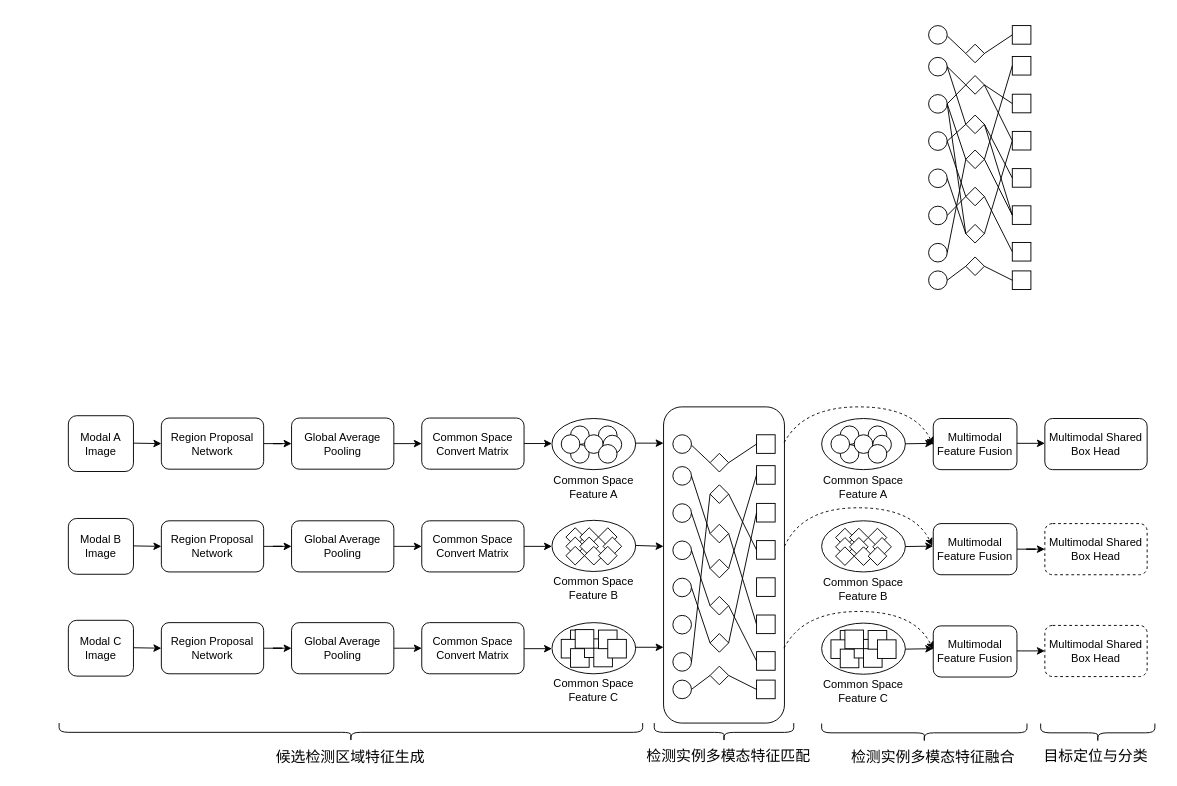
Earlier version of the draw.io diagram 多视角多模态目标检测3模态案例.drawio (thb1314/for_draw_io). Source tidied: cells renumbered, new cells numbered last; positions are measured from the earlier drawing's top-left corner, leaving out a move shared by most shapes. Both pictures are drawn from the tidied source at 93%, with x=0, y=0 at pixel (68, 25).
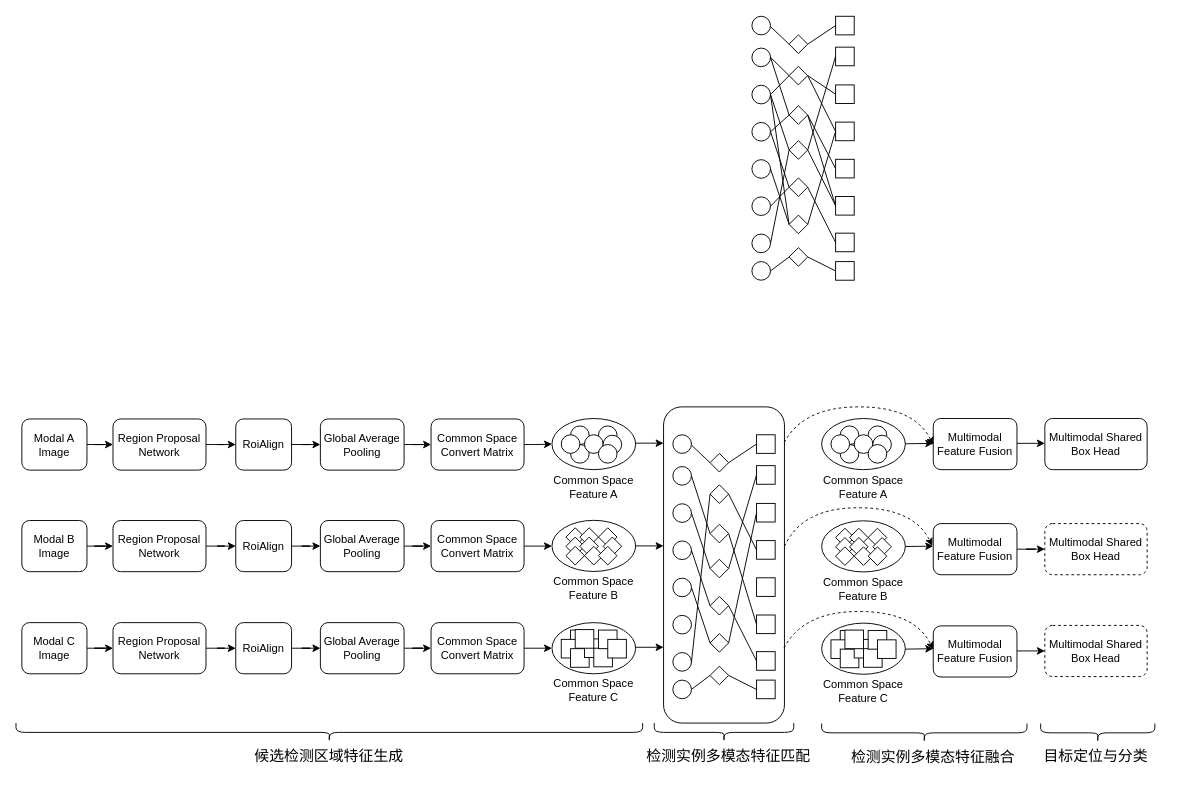
The same page after the edit.

Commit message:
更新多视角多模态目标检测3模态案例.drawio

Unchanged cells that the change refers to:
```xml
<mxCell id="2" style="rounded=1;whiteSpace=wrap;html=1;fillColor=none;" parent="1" vertex="1">
  <mxGeometry x="640" y="410" width="130" height="340" as="geometry" />
</mxCell>
<mxCell id="8" style="ellipse;whiteSpace=wrap;html=1;" parent="1" vertex="1">
  <mxGeometry x="520" y="422.5" width="90" height="55" as="geometry" />
</mxCell>
<mxCell id="25" style="ellipse;whiteSpace=wrap;html=1;" parent="1" vertex="1">
  <mxGeometry x="520" y="532" width="90" height="55" as="geometry" />
</mxCell>
<mxCell id="29" style="ellipse;whiteSpace=wrap;html=1;" parent="1" vertex="1">
  <mxGeometry x="520" y="642" width="90" height="55" as="geometry" />
</mxCell>
```

Diff of the diagram source:
```diff
@@
     <mxCell id="3" value="&lt;font style=&quot;font-size: 16px;&quot;&gt;候选检测区域特征生成&lt;/font&gt;" style="text;html=1;strokeColor=none;fillColor=none;align=center;verticalAlign=middle;whiteSpace=wrap;rounded=0;" parent="1" vertex="1">
-      <mxGeometry x="221.2" y="773" width="165" height="25" as="geometry" />
+      <mxGeometry x="198.1" y="772.5" width="165" height="25" as="geometry" />
     </mxCell>
@@
     <mxCell id="7" style="ellipse;whiteSpace=wrap;html=1;" parent="1" vertex="1">
-      <mxGeometry x="925" y="34.2" width="20" height="20" as="geometry" />
+      <mxGeometry x="735" y="24.2" width="20" height="20" as="geometry" />
     </mxCell>
@@
+    <mxCell id="195" style="edgeStyle=orthogonalEdgeStyle;rounded=0;jettySize=auto;html=1;" parent="1" edge="1" source="17" target="20">
+      <mxGeometry relative="1" as="geometry" />
+    </mxCell>
     <mxCell id="17" value="Modal B&lt;br&gt;Image" style="rounded=1;whiteSpace=wrap;html=1;" parent="1" vertex="1">
-      <mxGeometry y="530" width="70" height="60" as="geometry" />
+      <mxGeometry x="-50" y="532.2" width="70" height="55" as="geometry" />
     </mxCell>
-    <mxCell id="18" style="endArrow=classic;html=1;rounded=0;" parent="1" edge="1">
-      <mxGeometry relative="1" as="geometry">
-        <mxPoint x="70" y="559.5" as="sourcePoint" />
-        <mxPoint x="100" y="560" as="targetPoint" />
-      </mxGeometry>
-    </mxCell>
-    <mxCell id="19" style="edgeStyle=orthogonalEdgeStyle;rounded=0;jettySize=auto;html=1;" parent="1" edge="1" source="20" target="22">
-      <mxGeometry relative="1" as="geometry" />
-    </mxCell>
+    <mxCell id="196" style="edgeStyle=orthogonalEdgeStyle;rounded=0;jettySize=auto;html=1;" parent="1" edge="1" source="20" target="206">
+      <mxGeometry relative="1" as="geometry" />
+    </mxCell>
     <mxCell id="20" value="Region Proposal&lt;br&gt;Network" style="rounded=1;whiteSpace=wrap;html=1;" parent="1" vertex="1">
-      <mxGeometry x="100" y="532.5" width="110" height="55" as="geometry" />
+      <mxGeometry x="48" y="532.2" width="100" height="55" as="geometry" />
     </mxCell>
-    <mxCell id="21" style="edgeStyle=orthogonalEdgeStyle;rounded=0;jettySize=auto;html=1;exitX=1;exitY=0.5;exitDx=0;exitDy=0;entryX=0;entryY=0.5;entryDx=0;entryDy=0;" parent="1" edge="1" source="22" target="24">
+    <mxCell id="21" style="edgeStyle=orthogonalEdgeStyle;rounded=0;jettySize=auto;html=1;" parent="1" edge="1" source="22" target="24">
       <mxGeometry relative="1" as="geometry" />
     </mxCell>
     <mxCell id="22" value="Global Average&lt;br&gt;Pooling" style="rounded=1;whiteSpace=wrap;html=1;" parent="1" vertex="1">
-      <mxGeometry x="240" y="532.5" width="110" height="55" as="geometry" />
+      <mxGeometry x="271" y="532.2" width="90" height="55" as="geometry" />
     </mxCell>
@@
     <mxCell id="24" value="Common Space&lt;br&gt;Convert Matrix" style="rounded=1;whiteSpace=wrap;html=1;" parent="1" vertex="1">
-      <mxGeometry x="380" y="532.5" width="110" height="55" as="geometry" />
+      <mxGeometry x="390" y="532.2" width="100" height="55" as="geometry" />
     </mxCell>
@@
-    <mxCell id="27" style="edgeStyle=orthogonalEdgeStyle;rounded=0;jettySize=auto;html=1;exitX=1;exitY=0.5;exitDx=0;exitDy=0;entryX=0;entryY=0.5;entryDx=0;entryDy=0;" parent="1" edge="1" target="29">
-      <mxGeometry relative="1" as="geometry">
-        <mxPoint x="490" y="670" as="sourcePoint" />
-      </mxGeometry>
-    </mxCell>
@@
     <mxCell id="48" style="ellipse;whiteSpace=wrap;html=1;" parent="1" vertex="1">
-      <mxGeometry x="925" y="74.2" width="20" height="20" as="geometry" />
+      <mxGeometry x="735" y="64.2" width="20" height="20" as="geometry" />
     </mxCell>
     <mxCell id="49" style="ellipse;whiteSpace=wrap;html=1;" parent="1" vertex="1">
-      <mxGeometry x="925" y="114.2" width="20" height="20" as="geometry" />
+      <mxGeometry x="735" y="104.2" width="20" height="20" as="geometry" />
     </mxCell>
     <mxCell id="50" style="ellipse;whiteSpace=wrap;html=1;" parent="1" vertex="1">
-      <mxGeometry x="925" y="154.2" width="20" height="20" as="geometry" />
+      <mxGeometry x="735" y="144.2" width="20" height="20" as="geometry" />
     </mxCell>
     <mxCell id="51" style="ellipse;whiteSpace=wrap;html=1;" parent="1" vertex="1">
-      <mxGeometry x="925" y="194.2" width="20" height="20" as="geometry" />
+      <mxGeometry x="735" y="184.2" width="20" height="20" as="geometry" />
     </mxCell>
     <mxCell id="52" style="ellipse;whiteSpace=wrap;html=1;" parent="1" vertex="1">
-      <mxGeometry x="925" y="234.2" width="20" height="20" as="geometry" />
+      <mxGeometry x="735" y="224.2" width="20" height="20" as="geometry" />
     </mxCell>
     <mxCell id="53" style="rhombus;whiteSpace=wrap;html=1;" parent="1" vertex="1">
-      <mxGeometry x="965" y="53.8" width="20" height="20" as="geometry" />
+      <mxGeometry x="775" y="43.8" width="20" height="20" as="geometry" />
     </mxCell>
     <mxCell id="54" style="rhombus;whiteSpace=wrap;html=1;" parent="1" vertex="1">
-      <mxGeometry x="965" y="96.2" width="20" height="20" as="geometry" />
+      <mxGeometry x="775" y="86.2" width="20" height="20" as="geometry" />
     </mxCell>
     <mxCell id="55" style="rhombus;whiteSpace=wrap;html=1;" parent="1" vertex="1">
-      <mxGeometry x="965" y="133.8" width="20" height="20" as="geometry" />
+      <mxGeometry x="775" y="123.8" width="20" height="20" as="geometry" />
     </mxCell>
     <mxCell id="56" style="rhombus;whiteSpace=wrap;html=1;" parent="1" vertex="1">
-      <mxGeometry x="965" y="173.8" width="20" height="20" as="geometry" />
+      <mxGeometry x="775" y="163.8" width="20" height="20" as="geometry" />
     </mxCell>
     <mxCell id="57" style="rhombus;whiteSpace=wrap;html=1;" parent="1" vertex="1">
-      <mxGeometry x="965" y="213.8" width="20" height="20" as="geometry" />
+      <mxGeometry x="775" y="203.8" width="20" height="20" as="geometry" />
     </mxCell>
     <mxCell id="58" style="whiteSpace=wrap;html=1;" parent="1" vertex="1">
-      <mxGeometry x="1015" y="33.2" width="20" height="20" as="geometry" />
+      <mxGeometry x="825" y="23.2" width="20" height="20" as="geometry" />
     </mxCell>
     <mxCell id="59" style="whiteSpace=wrap;html=1;" parent="1" vertex="1">
-      <mxGeometry x="1015" y="73.8" width="20" height="20" as="geometry" />
+      <mxGeometry x="825" y="63.8" width="20" height="20" as="geometry" />
     </mxCell>
     <mxCell id="60" style="whiteSpace=wrap;html=1;" parent="1" vertex="1">
-      <mxGeometry x="1015" y="113.8" width="20" height="20" as="geometry" />
+      <mxGeometry x="825" y="103.8" width="20" height="20" as="geometry" />
     </mxCell>
     <mxCell id="61" style="whiteSpace=wrap;html=1;" parent="1" vertex="1">
-      <mxGeometry x="1015" y="153.8" width="20" height="20" as="geometry" />
+      <mxGeometry x="825" y="143.8" width="20" height="20" as="geometry" />
     </mxCell>
     <mxCell id="62" style="whiteSpace=wrap;html=1;" parent="1" vertex="1">
-      <mxGeometry x="1015" y="193.8" width="20" height="20" as="geometry" />
+      <mxGeometry x="825" y="183.8" width="20" height="20" as="geometry" />
     </mxCell>
     <mxCell id="63" style="whiteSpace=wrap;html=1;" parent="1" vertex="1">
-      <mxGeometry x="1015" y="233.2" width="20" height="20" as="geometry" />
+      <mxGeometry x="825" y="223.2" width="20" height="20" as="geometry" />
     </mxCell>
@@
     <mxCell id="69" style="endArrow=none;html=1;rounded=0;exitX=1;exitY=0.5;exitDx=0;exitDy=0;" parent="1" edge="1" source="51">
       <mxGeometry relative="1" as="geometry">
-        <mxPoint x="965" y="183.8" as="targetPoint" />
+        <mxPoint x="775" y="173.8" as="targetPoint" />
       </mxGeometry>
     </mxCell>
@@
     <mxCell id="73" style="endArrow=none;html=1;rounded=0;exitX=1;exitY=0.5;exitDx=0;exitDy=0;entryX=0;entryY=0.5;entryDx=0;entryDy=0;" parent="1" edge="1" target="59">
       <mxGeometry relative="1" as="geometry">
-        <mxPoint x="985" y="63.8" as="sourcePoint" />
+        <mxPoint x="795" y="53.8" as="sourcePoint" />
       </mxGeometry>
     </mxCell>
@@
     <mxCell id="78" style="endArrow=none;html=1;rounded=0;exitX=1;exitY=0.5;exitDx=0;exitDy=0;entryX=0;entryY=0.5;entryDx=0;entryDy=0;" parent="1" edge="1" target="62">
       <mxGeometry relative="1" as="geometry">
-        <mxPoint x="985" y="143.8" as="sourcePoint" />
+        <mxPoint x="795" y="133.8" as="sourcePoint" />
       </mxGeometry>
     </mxCell>
@@
     <mxCell id="80" style="endArrow=none;html=1;rounded=0;exitX=1;exitY=0.5;exitDx=0;exitDy=0;entryX=0;entryY=0.5;entryDx=0;entryDy=0;" parent="1" edge="1" target="62">
       <mxGeometry relative="1" as="geometry">
-        <mxPoint x="985" y="106.2" as="sourcePoint" />
+        <mxPoint x="795" y="96.2" as="sourcePoint" />
       </mxGeometry>
     </mxCell>
@@
     <mxCell id="121" style="shape=curlyBracket;whiteSpace=wrap;html=1;rounded=1;flipH=1;labelPosition=right;verticalLabelPosition=middle;align=left;verticalAlign=middle;rotation=90;" parent="1" vertex="1">
-      <mxGeometry x="293.8" y="446.2" width="20" height="627.5" as="geometry" />
+      <mxGeometry x="270.6" y="423.1" width="20" height="673.8" as="geometry" />
     </mxCell>
@@
+    <mxCell id="197" style="edgeStyle=orthogonalEdgeStyle;rounded=0;jettySize=auto;html=1;" parent="1" edge="1" source="126" target="129">
+      <mxGeometry relative="1" as="geometry" />
+    </mxCell>
     <mxCell id="126" value="Modal A&lt;br&gt;Image" style="rounded=1;whiteSpace=wrap;html=1;" parent="1" vertex="1">
-      <mxGeometry y="419.5" width="70" height="60" as="geometry" />
+      <mxGeometry x="-50" y="423" width="70" height="55" as="geometry" />
     </mxCell>
-    <mxCell id="127" style="endArrow=classic;html=1;rounded=0;" parent="1" edge="1">
-      <mxGeometry relative="1" as="geometry">
-        <mxPoint x="70" y="449" as="sourcePoint" />
-        <mxPoint x="100" y="449.5" as="targetPoint" />
-      </mxGeometry>
-    </mxCell>
-    <mxCell id="128" style="edgeStyle=orthogonalEdgeStyle;rounded=0;jettySize=auto;html=1;" parent="1" edge="1" source="129" target="131">
-      <mxGeometry relative="1" as="geometry" />
-    </mxCell>
+    <mxCell id="198" style="edgeStyle=orthogonalEdgeStyle;rounded=0;jettySize=auto;html=1;" parent="1" edge="1" source="129" target="204">
+      <mxGeometry relative="1" as="geometry" />
+    </mxCell>
     <mxCell id="129" value="Region Proposal&lt;br&gt;Network" style="rounded=1;whiteSpace=wrap;html=1;" parent="1" vertex="1">
-      <mxGeometry x="100" y="422" width="110" height="55" as="geometry" />
+      <mxGeometry x="48" y="423" width="100" height="55" as="geometry" />
     </mxCell>
-    <mxCell id="130" style="edgeStyle=orthogonalEdgeStyle;rounded=0;jettySize=auto;html=1;exitX=1;exitY=0.5;exitDx=0;exitDy=0;entryX=0;entryY=0.5;entryDx=0;entryDy=0;" parent="1" edge="1" source="131" target="132">
+    <mxCell id="130" style="edgeStyle=orthogonalEdgeStyle;rounded=0;jettySize=auto;html=1;" parent="1" edge="1" source="131" target="132">
       <mxGeometry relative="1" as="geometry" />
     </mxCell>
     <mxCell id="131" value="Global Average&lt;br&gt;Pooling" style="rounded=1;whiteSpace=wrap;html=1;" parent="1" vertex="1">
-      <mxGeometry x="240" y="422" width="110" height="55" as="geometry" />
+      <mxGeometry x="271" y="423" width="90" height="55" as="geometry" />
     </mxCell>
+    <mxCell id="199" style="edgeStyle=orthogonalEdgeStyle;rounded=0;jettySize=auto;html=1;exitX=1;exitY=0.5;exitDx=0;exitDy=0;entryX=0;entryY=0.5;entryDx=0;entryDy=0;" parent="1" edge="1" source="132" target="8">
+      <mxGeometry relative="1" as="geometry">
+        <Array as="points">
+          <mxPoint x="505" y="450" />
+        </Array>
+      </mxGeometry>
+    </mxCell>
     <mxCell id="132" value="Common Space&lt;br&gt;Convert Matrix" style="rounded=1;whiteSpace=wrap;html=1;" parent="1" vertex="1">
-      <mxGeometry x="380" y="422" width="110" height="55" as="geometry" />
+      <mxGeometry x="390" y="423" width="100" height="55" as="geometry" />
     </mxCell>
-    <mxCell id="133" style="edgeStyle=orthogonalEdgeStyle;rounded=0;orthogonalLoop=1;jettySize=auto;html=1;exitX=1;exitY=0.5;exitDx=0;exitDy=0;entryX=0;entryY=0.5;entryDx=0;entryDy=0;" parent="1" edge="1">
-      <mxGeometry relative="1" as="geometry">
-        <mxPoint x="490" y="449.4" as="sourcePoint" />
-        <mxPoint x="520" y="449.4" as="targetPoint" />
-      </mxGeometry>
-    </mxCell>
+    <mxCell id="200" style="edgeStyle=orthogonalEdgeStyle;rounded=0;jettySize=auto;html=1;" parent="1" edge="1" source="134" target="137">
+      <mxGeometry relative="1" as="geometry" />
+    </mxCell>
     <mxCell id="134" value="Modal C&lt;br&gt;Image" style="rounded=1;whiteSpace=wrap;html=1;" parent="1" vertex="1">
-      <mxGeometry y="639.5" width="70" height="60" as="geometry" />
+      <mxGeometry x="-50" y="642" width="70" height="55" as="geometry" />
     </mxCell>
-    <mxCell id="135" style="endArrow=classic;html=1;rounded=0;" parent="1" edge="1">
-      <mxGeometry relative="1" as="geometry">
-        <mxPoint x="70" y="669" as="sourcePoint" />
-        <mxPoint x="100" y="669.5" as="targetPoint" />
-      </mxGeometry>
-    </mxCell>
-    <mxCell id="136" style="edgeStyle=orthogonalEdgeStyle;rounded=0;jettySize=auto;html=1;" parent="1" edge="1" source="137" target="139">
-      <mxGeometry relative="1" as="geometry" />
-    </mxCell>
+    <mxCell id="201" style="edgeStyle=orthogonalEdgeStyle;rounded=0;jettySize=auto;html=1;" parent="1" edge="1" source="137" target="208">
+      <mxGeometry relative="1" as="geometry" />
+    </mxCell>
     <mxCell id="137" value="Region Proposal&lt;br&gt;Network" style="rounded=1;whiteSpace=wrap;html=1;" parent="1" vertex="1">
-      <mxGeometry x="100" y="642" width="110" height="55" as="geometry" />
+      <mxGeometry x="48" y="642" width="100" height="55" as="geometry" />
     </mxCell>
-    <mxCell id="138" style="edgeStyle=orthogonalEdgeStyle;rounded=0;jettySize=auto;html=1;exitX=1;exitY=0.5;exitDx=0;exitDy=0;entryX=0;entryY=0.5;entryDx=0;entryDy=0;" parent="1" edge="1" source="139" target="140">
+    <mxCell id="138" style="edgeStyle=orthogonalEdgeStyle;rounded=0;jettySize=auto;html=1;" parent="1" edge="1" source="139" target="140">
       <mxGeometry relative="1" as="geometry" />
     </mxCell>
     <mxCell id="139" value="Global Average&lt;br&gt;Pooling" style="rounded=1;whiteSpace=wrap;html=1;" parent="1" vertex="1">
-      <mxGeometry x="240" y="642" width="110" height="55" as="geometry" />
+      <mxGeometry x="271" y="642" width="90" height="55" as="geometry" />
     </mxCell>
+    <mxCell id="202" style="edgeStyle=orthogonalEdgeStyle;rounded=0;jettySize=auto;html=1;exitX=1;exitY=0.5;exitDx=0;exitDy=0;entryX=0;entryY=0.5;entryDx=0;entryDy=0;" parent="1" edge="1" source="140" target="29">
+      <mxGeometry relative="1" as="geometry" />
+    </mxCell>
     <mxCell id="140" value="Common Space&lt;br&gt;Convert Matrix" style="rounded=1;whiteSpace=wrap;html=1;" parent="1" vertex="1">
-      <mxGeometry x="380" y="642" width="110" height="55" as="geometry" />
+      <mxGeometry x="390" y="642" width="100" height="55" as="geometry" />
     </mxCell>
-    <mxCell id="141" style="edgeStyle=orthogonalEdgeStyle;rounded=0;orthogonalLoop=1;jettySize=auto;html=1;" parent="1" edge="1">
-      <mxGeometry relative="1" as="geometry">
-        <mxPoint x="610" y="559" as="sourcePoint" />
-        <mxPoint x="640" y="560" as="targetPoint" />
-        <Array as="points">
-          <mxPoint x="640" y="559" />
-        </Array>
-      </mxGeometry>
-    </mxCell>
     <mxCell id="142" style="rhombus;whiteSpace=wrap;html=1;" parent="1" vertex="1">
-      <mxGeometry x="965" y="20" width="20" height="20" as="geometry" />
+      <mxGeometry x="775" y="10" width="20" height="20" as="geometry" />
     </mxCell>
     <mxCell id="143" style="rhombus;whiteSpace=wrap;html=1;" parent="1" vertex="1">
-      <mxGeometry x="965" y="248.8" width="20" height="20" as="geometry" />
+      <mxGeometry x="775" y="238.8" width="20" height="20" as="geometry" />
     </mxCell>
     <mxCell id="144" style="ellipse;whiteSpace=wrap;html=1;" parent="1" vertex="1">
-      <mxGeometry x="925" width="20" height="20" as="geometry" />
+      <mxGeometry x="735" y="-10" width="20" height="20" as="geometry" />
     </mxCell>
     <mxCell id="145" style="whiteSpace=wrap;html=1;" parent="1" vertex="1">
-      <mxGeometry x="1015" width="20" height="20" as="geometry" />
+      <mxGeometry x="825" y="-10" width="20" height="20" as="geometry" />
     </mxCell>
     <mxCell id="146" style="ellipse;whiteSpace=wrap;html=1;" parent="1" vertex="1">
-      <mxGeometry x="925" y="263.8" width="20" height="20" as="geometry" />
+      <mxGeometry x="735" y="253.8" width="20" height="20" as="geometry" />
     </mxCell>
     <mxCell id="147" style="whiteSpace=wrap;html=1;" parent="1" vertex="1">
-      <mxGeometry x="1015" y="263.8" width="20" height="20" as="geometry" />
+      <mxGeometry x="825" y="253.8" width="20" height="20" as="geometry" />
     </mxCell>
@@
+    <mxCell id="203" style="edgeStyle=orthogonalEdgeStyle;rounded=0;jettySize=auto;html=1;" parent="1" edge="1" source="204" target="131">
+      <mxGeometry relative="1" as="geometry" />
+    </mxCell>
+    <mxCell id="204" value="RoiAlign" style="rounded=1;whiteSpace=wrap;html=1;" parent="1" vertex="1">
+      <mxGeometry x="180" y="423" width="60" height="55" as="geometry" />
+    </mxCell>
+    <mxCell id="205" style="edgeStyle=orthogonalEdgeStyle;rounded=0;jettySize=auto;html=1;" parent="1" edge="1" source="206" target="22">
+      <mxGeometry relative="1" as="geometry" />
+    </mxCell>
+    <mxCell id="206" value="RoiAlign" style="rounded=1;whiteSpace=wrap;html=1;" parent="1" vertex="1">
+      <mxGeometry x="180" y="532.2" width="60" height="55" as="geometry" />
+    </mxCell>
+    <mxCell id="207" style="edgeStyle=orthogonalEdgeStyle;rounded=0;jettySize=auto;html=1;" parent="1" edge="1" source="208" target="139">
+      <mxGeometry relative="1" as="geometry" />
+    </mxCell>
+    <mxCell id="208" value="RoiAlign" style="rounded=1;whiteSpace=wrap;html=1;" parent="1" vertex="1">
+      <mxGeometry x="180" y="642" width="60" height="55" as="geometry" />
+    </mxCell>
+    <mxCell id="209" style="edgeStyle=orthogonalEdgeStyle;rounded=0;jettySize=auto;html=1;exitX=1;exitY=0.5;exitDx=0;exitDy=0;entryX=0;entryY=0.44;entryDx=0;entryDy=0;entryPerimeter=0;" parent="1" edge="1" source="25" target="2">
+      <mxGeometry relative="1" as="geometry" />
+    </mxCell>
```
